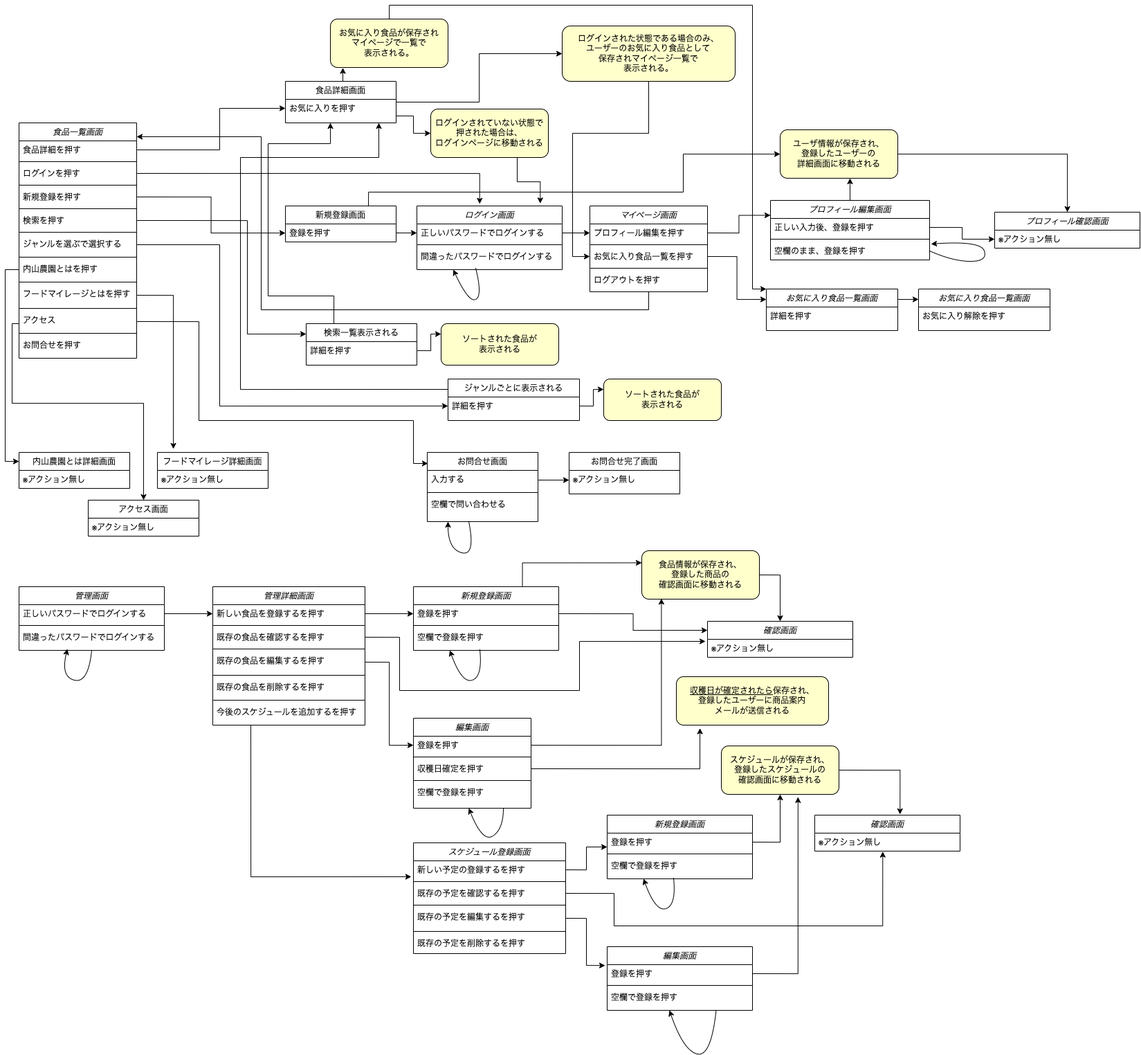
Earlier version of the draw.io export transition.png (KanameEndo/Small-Farm). Source tidied: cells renumbered, new cells last; positions are measured from the earlier drawing's top-left corner, leaving out a move shared by most shapes.
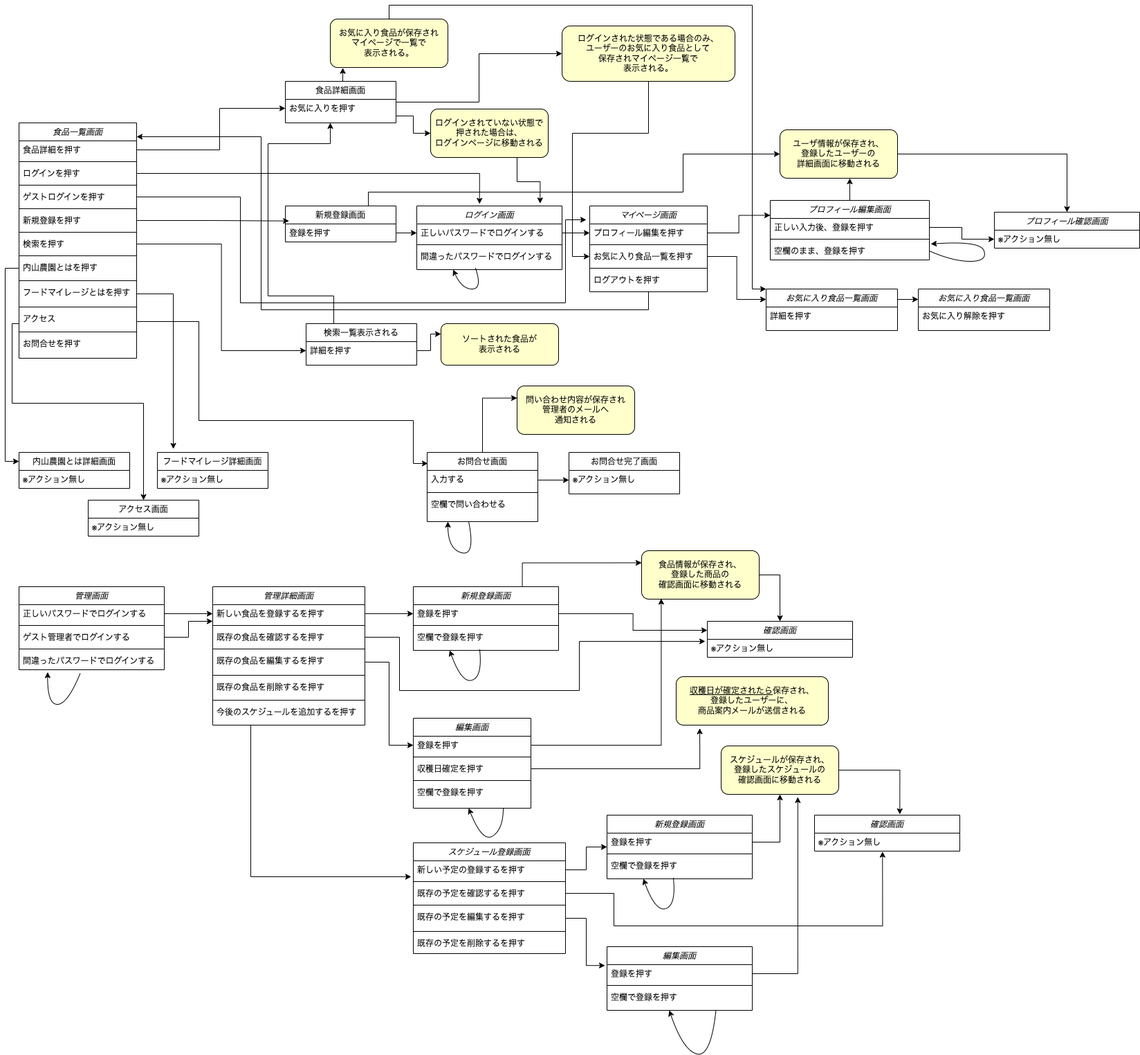
After the commit.

Commit message:
カタログ設計（アプリ問題解決追加）、テーブル定義修正、ワイヤーフレーム修正、ER図修正、遷移図修正

What changed in the source:
```diff
@@ -17,44 +17,44 @@
     <mxCell id="6" style="line;html=1;strokeWidth=1;align=left;verticalAlign=middle;spacingTop=-1;spacingLeft=3;spacingRight=3;labelPosition=right;" parent="2" vertex="1">
       <mxGeometry y="86" width="170" height="8" as="geometry" />
     </mxCell>
-    <mxCell id="7" value="新規登録を押す" style="text;align=left;verticalAlign=top;spacingLeft=4;spacingRight=4;overflow=hidden;points=[[0,0.5],[1,0.5]];portConstraint=eastwest;rounded=0;shadow=0;html=0;" parent="2" vertex="1">
+    <mxCell id="7" value="ゲストログインを押す" style="text;align=left;verticalAlign=top;spacingLeft=4;spacingRight=4;overflow=hidden;points=[[0,0.5],[1,0.5]];portConstraint=eastwest;rounded=0;shadow=0;html=0;" parent="2" vertex="1">
       <mxGeometry y="94" width="170" height="26" as="geometry" />
     </mxCell>
     <mxCell id="8" style="line;html=1;strokeWidth=1;align=left;verticalAlign=middle;spacingTop=-1;spacingLeft=3;spacingRight=3;labelPosition=right;" parent="2" vertex="1">
       <mxGeometry y="120" width="170" height="8" as="geometry" />
     </mxCell>
+    <mxCell id="167" value="新規登録を押す" style="text;align=left;verticalAlign=top;spacingLeft=4;spacingRight=4;overflow=hidden;points=[[0,0.5],[1,0.5]];portConstraint=eastwest;rounded=0;shadow=0;html=0;" parent="2" vertex="1">
+      <mxGeometry y="128" width="170" height="26" as="geometry" />
+    </mxCell>
+    <mxCell id="12" style="line;html=1;strokeWidth=1;align=left;verticalAlign=middle;spacingTop=-1;spacingLeft=3;spacingRight=3;labelPosition=right;" parent="2" vertex="1">
+      <mxGeometry y="154" width="170" height="8" as="geometry" />
+    </mxCell>
     <mxCell id="9" value="検索を押す" style="text;align=left;verticalAlign=top;spacingLeft=4;spacingRight=4;overflow=hidden;points=[[0,0.5],[1,0.5]];portConstraint=eastwest;rounded=0;shadow=0;html=0;" parent="2" vertex="1">
-      <mxGeometry y="128" width="170" height="26" as="geometry" />
+      <mxGeometry y="162" width="170" height="26" as="geometry" />
     </mxCell>
     <mxCell id="10" style="line;html=1;strokeWidth=1;align=left;verticalAlign=middle;spacingTop=-1;spacingLeft=3;spacingRight=3;labelPosition=right;" parent="2" vertex="1">
-      <mxGeometry y="154" width="170" height="8" as="geometry" />
+      <mxGeometry y="188" width="170" height="8" as="geometry" />
     </mxCell>
-    <mxCell id="11" value="ジャンルを選ぶで選択する" style="text;align=left;verticalAlign=top;spacingLeft=4;spacingRight=4;overflow=hidden;points=[[0,0.5],[1,0.5]];portConstraint=eastwest;" parent="2" vertex="1">
-      <mxGeometry y="162" width="170" height="28" as="geometry" />
-    </mxCell>
-    <mxCell id="12" style="line;html=1;strokeWidth=1;align=left;verticalAlign=middle;spacingTop=-1;spacingLeft=3;spacingRight=3;labelPosition=right;" parent="2" vertex="1">
-      <mxGeometry y="190" width="170" height="8" as="geometry" />
-    </mxCell>
     <mxCell id="13" value="内山農園とはを押す" style="text;align=left;verticalAlign=top;spacingLeft=4;spacingRight=4;overflow=hidden;points=[[0,0.5],[1,0.5]];portConstraint=eastwest;" parent="2" vertex="1">
-      <mxGeometry y="198" width="170" height="28" as="geometry" />
+      <mxGeometry y="196" width="170" height="28" as="geometry" />
     </mxCell>
     <mxCell id="14" style="line;html=1;strokeWidth=1;align=left;verticalAlign=middle;spacingTop=-1;spacingLeft=3;spacingRight=3;labelPosition=right;" parent="2" vertex="1">
-      <mxGeometry y="226" width="170" height="8" as="geometry" />
+      <mxGeometry y="224" width="170" height="8" as="geometry" />
     </mxCell>
     <mxCell id="15" value="フードマイレージとはを押す" style="text;align=left;verticalAlign=top;spacingLeft=4;spacingRight=4;overflow=hidden;points=[[0,0.5],[1,0.5]];portConstraint=eastwest;" parent="2" vertex="1">
-      <mxGeometry y="234" width="170" height="30" as="geometry" />
+      <mxGeometry y="232" width="170" height="30" as="geometry" />
     </mxCell>
     <mxCell id="16" style="line;html=1;strokeWidth=1;align=left;verticalAlign=middle;spacingTop=-1;spacingLeft=3;spacingRight=3;labelPosition=right;" parent="2" vertex="1">
-      <mxGeometry y="264" width="170" height="8" as="geometry" />
+      <mxGeometry y="262" width="170" height="8" as="geometry" />
     </mxCell>
     <mxCell id="17" value="アクセス" style="text;align=left;verticalAlign=top;spacingLeft=4;spacingRight=4;overflow=hidden;points=[[0,0.5],[1,0.5]];portConstraint=eastwest;" parent="2" vertex="1">
-      <mxGeometry y="272" width="170" height="28" as="geometry" />
+      <mxGeometry y="270" width="170" height="28" as="geometry" />
     </mxCell>
     <mxCell id="18" style="line;html=1;strokeWidth=1;align=left;verticalAlign=middle;spacingTop=-1;spacingLeft=3;spacingRight=3;labelPosition=right;" parent="2" vertex="1">
-      <mxGeometry y="300" width="170" height="8" as="geometry" />
+      <mxGeometry y="298" width="170" height="8" as="geometry" />
     </mxCell>
     <mxCell id="19" value="お問合せを押す" style="text;align=left;verticalAlign=top;spacingLeft=4;spacingRight=4;overflow=hidden;" parent="2" vertex="1">
-      <mxGeometry y="308" width="170" height="30" as="geometry" />
+      <mxGeometry y="306" width="170" height="30" as="geometry" />
     </mxCell>
     <mxCell id="20" style="edgeStyle=orthogonalEdgeStyle;rounded=0;jettySize=auto;html=1;exitX=1;exitY=0.25;exitDx=0;exitDy=0;" parent="1" edge="1" source="22" target="140">
       <mxGeometry relative="1" as="geometry">
@@ -179,6 +179,9 @@
     <mxCell id="52" value="※アクション無し" style="text;align=left;verticalAlign=top;spacingLeft=4;spacingRight=4;overflow=hidden;" parent="51" vertex="1">
       <mxGeometry y="26" width="160" height="26" as="geometry" />
     </mxCell>
+    <mxCell id="168" style="edgeStyle=orthogonalEdgeStyle;rounded=0;jettySize=auto;html=1;exitX=0.5;exitY=0;exitDx=0;exitDy=0;entryX=0;entryY=0.25;entryDx=0;entryDy=0;" parent="1" edge="1" source="53" target="175">
+      <mxGeometry relative="1" as="geometry" />
+    </mxCell>
     <mxCell id="53" value="お問合せ画面" style="swimlane;fontStyle=0;align=center;verticalAlign=top;horizontal=1;startSize=26;rounded=0;shadow=0;strokeWidth=1;" parent="1" vertex="1">
       <mxGeometry x="600" y="646" width="160" height="100" as="geometry" />
     </mxCell>
@@ -208,9 +211,6 @@
     <mxCell id="60" style="edgeStyle=orthogonalEdgeStyle;rounded=0;jettySize=auto;html=1;exitX=1;exitY=0.5;exitDx=0;exitDy=0;entryX=0.432;entryY=-0.033;entryDx=0;entryDy=0;entryPerimeter=0;" parent="1" edge="1" source="5" target="27">
       <mxGeometry relative="1" as="geometry" />
     </mxCell>
-    <mxCell id="61" style="edgeStyle=orthogonalEdgeStyle;rounded=0;jettySize=auto;html=1;exitX=1;exitY=0.5;exitDx=0;exitDy=0;" parent="1" edge="1" source="7" target="26">
-      <mxGeometry relative="1" as="geometry" />
-    </mxCell>
     <mxCell id="62" style="edgeStyle=orthogonalEdgeStyle;rounded=0;jettySize=auto;html=1;exitX=1;exitY=0.5;exitDx=0;exitDy=0;entryX=0;entryY=0.5;entryDx=0;entryDy=0;" parent="1" edge="1" source="26" target="28">
       <mxGeometry relative="1" as="geometry" />
     </mxCell>
@@ -260,7 +260,7 @@
       <mxGeometry y="168" width="220" height="30" as="geometry" />
     </mxCell>
     <mxCell id="78" value="管理画面" style="swimlane;fontStyle=2;align=center;verticalAlign=top;horizontal=1;startSize=26;rounded=0;shadow=0;strokeWidth=1;" parent="1" vertex="1">
-      <mxGeometry x="10" y="840" width="210" height="92" as="geometry" />
+      <mxGeometry x="10" y="840" width="210" height="120" as="geometry" />
     </mxCell>
     <mxCell id="79" value="正しいパスワードでログインする" style="text;align=left;verticalAlign=top;spacingLeft=4;spacingRight=4;overflow=hidden;points=[[0,0.5],[1,0.5]];portConstraint=eastwest;" parent="78" vertex="1">
       <mxGeometry y="26" width="210" height="26" as="geometry" />
@@ -268,9 +268,23 @@
     <mxCell id="80" style="line;html=1;strokeWidth=1;align=left;verticalAlign=middle;spacingTop=-1;spacingLeft=3;spacingRight=3;labelPosition=right;" parent="78" vertex="1">
       <mxGeometry y="52" width="210" height="8" as="geometry" />
     </mxCell>
-    <mxCell id="81" value="間違ったパスワードでログインする" style="text;align=left;verticalAlign=top;spacingLeft=4;spacingRight=4;overflow=hidden;points=[[0,0.5],[1,0.5]];portConstraint=eastwest;rounded=0;shadow=0;html=0;" parent="78" vertex="1">
+    <mxCell id="81" value="ゲスト管理者でログインする" style="text;align=left;verticalAlign=top;spacingLeft=4;spacingRight=4;overflow=hidden;points=[[0,0.5],[1,0.5]];portConstraint=eastwest;rounded=0;shadow=0;html=0;" parent="78" vertex="1">
       <mxGeometry y="60" width="210" height="26" as="geometry" />
     </mxCell>
+    <mxCell id="169" style="line;html=1;strokeWidth=1;align=left;verticalAlign=middle;spacingTop=-1;spacingLeft=3;spacingRight=3;labelPosition=right;" parent="78" vertex="1">
+      <mxGeometry y="86" width="210" height="8" as="geometry" />
+    </mxCell>
+    <mxCell id="170" value="間違ったパスワードでログインする" style="text;align=left;verticalAlign=top;spacingLeft=4;spacingRight=4;overflow=hidden;points=[[0,0.5],[1,0.5]];portConstraint=eastwest;rounded=0;shadow=0;html=0;" parent="78" vertex="1">
+      <mxGeometry y="94" width="210" height="26" as="geometry" />
+    </mxCell>
+    <mxCell id="125" style="curved=1;endArrow=classic;html=1;rounded=0;entryX=0.197;entryY=1.132;entryDx=0;entryDy=0;entryPerimeter=0;exitX=0.422;exitY=1.187;exitDx=0;exitDy=0;exitPerimeter=0;" parent="78" edge="1" source="170" target="170">
+      <mxGeometry relative="1" as="geometry">
+        <Array as="points">
+          <mxPoint x="70" y="170" />
+          <mxPoint x="41" y="170" />
+        </Array>
+      </mxGeometry>
+    </mxCell>
     <mxCell id="82" style="edgeStyle=orthogonalEdgeStyle;rounded=0;jettySize=auto;html=1;exitX=0.75;exitY=0;exitDx=0;exitDy=0;entryX=0;entryY=0.25;entryDx=0;entryDy=0;" parent="1" edge="1" source="83" target="124">
       <mxGeometry relative="1" as="geometry" />
     </mxCell>
@@ -368,8 +382,8 @@
       <mxGeometry relative="1" as="geometry">
         <mxPoint x="670" y="380" as="sourcePoint" />
         <Array as="points">
-          <mxPoint x="680" y="420" />
-          <mxPoint x="660" y="430" />
+          <mxPoint x="680" y="410" />
+          <mxPoint x="650" y="410" />
         </Array>
       </mxGeometry>
     </mxCell>
@@ -441,15 +455,6 @@
     <mxCell id="124" value="食品情報が保存され、&lt;br&gt;登録した商品の&lt;br&gt;確認画面に移動される" style="rounded=1;whiteSpace=wrap;html=1;fillColor=#FFFFCC;" parent="1" vertex="1">
       <mxGeometry x="910" y="788" width="170" height="70" as="geometry" />
     </mxCell>
-    <mxCell id="125" style="curved=1;endArrow=classic;html=1;rounded=0;exitX=0.5;exitY=1;exitDx=0;exitDy=0;" parent="1" edge="1" source="78">
-      <mxGeometry relative="1" as="geometry">
-        <mxPoint x="80" y="930" as="targetPoint" />
-        <Array as="points">
-          <mxPoint x="110" y="980" />
-          <mxPoint x="70" y="970" />
-        </Array>
-      </mxGeometry>
-    </mxCell>
     <mxCell id="126" style="edgeStyle=orthogonalEdgeStyle;rounded=0;jettySize=auto;html=1;exitX=1;exitY=0.5;exitDx=0;exitDy=0;entryX=0;entryY=0.5;entryDx=0;entryDy=0;" parent="1" edge="1" source="79" target="69">
       <mxGeometry relative="1" as="geometry" />
     </mxCell>
@@ -588,45 +593,7 @@
         </Array>
       </mxGeometry>
     </mxCell>
-    <mxCell id="156" style="edgeStyle=orthogonalEdgeStyle;rounded=0;jettySize=auto;html=1;exitX=1;exitY=0.5;exitDx=0;exitDy=0;entryX=0;entryY=0.25;entryDx=0;entryDy=0;" parent="1" edge="1" source="9" target="117">
-      <mxGeometry relative="1" as="geometry">
-        <Array as="points">
-          <mxPoint x="340" y="311" />
-          <mxPoint x="340" y="475" />
-        </Array>
-      </mxGeometry>
-    </mxCell>
-    <mxCell id="157" style="edgeStyle=orthogonalEdgeStyle;rounded=0;jettySize=auto;html=1;exitX=0;exitY=0.25;exitDx=0;exitDy=0;" parent="1" edge="1" source="158">
-      <mxGeometry relative="1" as="geometry">
-        <mxPoint x="530" y="170" as="targetPoint" />
-        <Array as="points">
-          <mxPoint x="330" y="555" />
-          <mxPoint x="330" y="220" />
-          <mxPoint x="530" y="220" />
-        </Array>
-      </mxGeometry>
-    </mxCell>
-    <mxCell id="158" value="ジャンルごとに表示される" style="swimlane;fontStyle=0;align=center;verticalAlign=top;horizontal=1;startSize=26;rounded=0;shadow=0;strokeWidth=1;" parent="1" vertex="1">
-      <mxGeometry x="630" y="540" width="190" height="60" as="geometry" />
-    </mxCell>
-    <mxCell id="159" value="詳細を押す" style="text;align=left;verticalAlign=top;spacingLeft=4;spacingRight=4;overflow=hidden;points=[[0,0.5],[1,0.5]];portConstraint=eastwest;" parent="158" vertex="1">
-      <mxGeometry y="26" width="190" height="26" as="geometry" />
-    </mxCell>
-    <mxCell id="160" value="ソートされた食品が&lt;br&gt;表示される" style="rounded=1;whiteSpace=wrap;html=1;fillColor=#FFFFCC;" parent="1" vertex="1">
-      <mxGeometry x="855" y="540" width="170" height="60" as="geometry" />
-    </mxCell>
-    <mxCell id="161" style="edgeStyle=orthogonalEdgeStyle;rounded=0;jettySize=auto;html=1;exitX=1;exitY=0.5;exitDx=0;exitDy=0;entryX=0;entryY=0.25;entryDx=0;entryDy=0;" parent="1" edge="1" source="159" target="160">
-      <mxGeometry relative="1" as="geometry" />
-    </mxCell>
-    <mxCell id="162" style="edgeStyle=orthogonalEdgeStyle;rounded=0;jettySize=auto;html=1;exitX=1;exitY=0.5;exitDx=0;exitDy=0;entryX=0;entryY=0.5;entryDx=0;entryDy=0;" parent="1" edge="1" source="11" target="159">
-      <mxGeometry relative="1" as="geometry">
-        <Array as="points">
-          <mxPoint x="300" y="346" />
-          <mxPoint x="300" y="579" />
-        </Array>
-      </mxGeometry>
-    </mxCell>
-    <mxCell id="163" value="&lt;u&gt;収穫日が確定されたら&lt;/u&gt;保存され、&lt;br&gt;登録したユーザーに商品案内&lt;br&gt;メールが送信される" style="rounded=1;whiteSpace=wrap;html=1;fillColor=#FFFFCC;" parent="1" vertex="1">
+    <mxCell id="163" value="&lt;u&gt;収穫日が確定されたら&lt;/u&gt;保存され、&lt;br&gt;登録したユーザーに、&lt;br&gt;商品案内メールが送信される" style="rounded=1;whiteSpace=wrap;html=1;fillColor=#FFFFCC;" parent="1" vertex="1">
       <mxGeometry x="960" y="970" width="220" height="70" as="geometry" />
     </mxCell>
     <mxCell id="164" style="edgeStyle=orthogonalEdgeStyle;rounded=0;jettySize=auto;html=1;exitX=1;exitY=0.5;exitDx=0;exitDy=0;entryX=0.155;entryY=1.064;entryDx=0;entryDy=0;entryPerimeter=0;" parent="1" edge="1" source="91" target="163">
@@ -644,5 +611,28 @@
     <mxCell id="166" value="お気に入り食品が保存され&lt;br&gt;マイページで一覧で&lt;br&gt;表示される。" style="rounded=1;whiteSpace=wrap;html=1;fillColor=#FFFFCC;" parent="1" vertex="1">
       <mxGeometry x="460" y="20" width="170" height="70" as="geometry" />
     </mxCell>
+    <mxCell id="171" style="edgeStyle=orthogonalEdgeStyle;rounded=0;jettySize=auto;html=1;exitX=1;exitY=0.5;exitDx=0;exitDy=0;entryX=0.033;entryY=-0.165;entryDx=0;entryDy=0;entryPerimeter=0;" parent="1" edge="1" source="167" target="26">
+      <mxGeometry relative="1" as="geometry" />
+    </mxCell>
+    <mxCell id="172" style="edgeStyle=orthogonalEdgeStyle;rounded=0;jettySize=auto;html=1;exitX=1;exitY=0.5;exitDx=0;exitDy=0;entryX=0;entryY=0.5;entryDx=0;entryDy=0;" parent="1" edge="1" source="9" target="118">
+      <mxGeometry relative="1" as="geometry" />
+    </mxCell>
+    <mxCell id="173" style="edgeStyle=orthogonalEdgeStyle;rounded=0;jettySize=auto;html=1;exitX=1;exitY=0.5;exitDx=0;exitDy=0;" parent="1" edge="1" source="7">
+      <mxGeometry relative="1" as="geometry">
+        <mxPoint x="830" y="310" as="targetPoint" />
+        <Array as="points">
+          <mxPoint x="330" y="277" />
+          <mxPoint x="330" y="430" />
+          <mxPoint x="800" y="430" />
+          <mxPoint x="800" y="310" />
+        </Array>
+      </mxGeometry>
+    </mxCell>
+    <mxCell id="174" style="edgeStyle=orthogonalEdgeStyle;rounded=0;jettySize=auto;html=1;exitX=1;exitY=0.5;exitDx=0;exitDy=0;entryX=0;entryY=-0.25;entryDx=0;entryDy=0;entryPerimeter=0;" parent="1" edge="1" source="81" target="70">
+      <mxGeometry relative="1" as="geometry" />
+    </mxCell>
+    <mxCell id="175" value="問い合わせ内容が保存され&lt;br&gt;管理者のメールへ&lt;br&gt;通知される" style="rounded=1;whiteSpace=wrap;html=1;fillColor=#FFFFCC;" parent="1" vertex="1">
+      <mxGeometry x="730" y="550" width="170" height="70" as="geometry" />
+    </mxCell>
   </root>
 </mxGraphModel>
```
